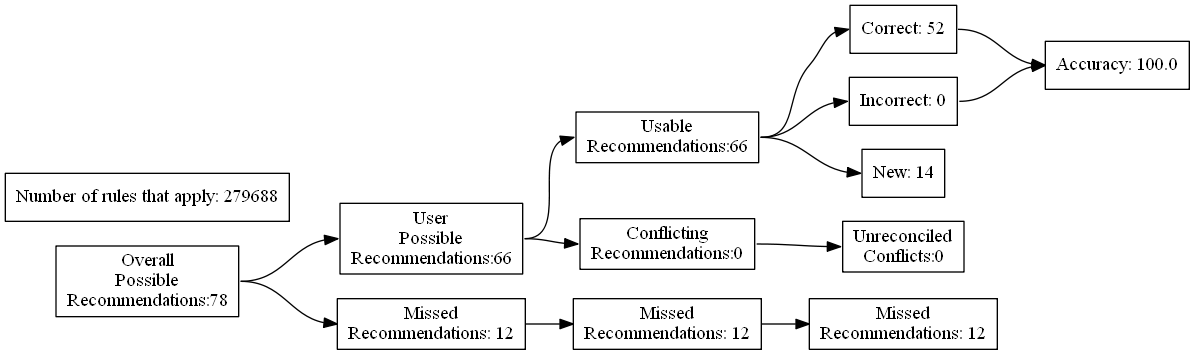
ZaxR/ibd_diet_analysis keeps this Graphviz diagram as test_renders/73.gv.png. Above is the earlier version. Its source is kept beside it as test_renders/73.gv.
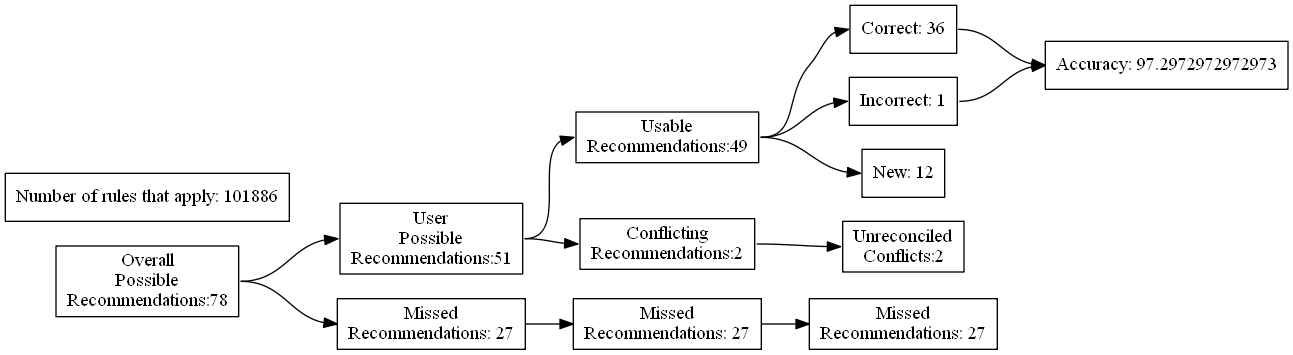
After the change.

Change to the diagram source:
```diff
@@ -7,24 +7,24 @@
 Recommendations:78"]
 		B [label="User
 Possible
-Recommendations:66"]
+Recommendations:51"]
 		C [label="Missed
-Recommendations: 12"]
+Recommendations: 27"]
 		D [label="Usable
-Recommendations:66"]
+Recommendations:49"]
 		E [label="Conflicting
-Recommendations:0"]
+Recommendations:2"]
 		J [label="Missed
-Recommendations: 12"]
+Recommendations: 27"]
 		M [label="Unreconciled
-Conflicts:0"]
-		F [label="Correct: 52"]
-		G [label="Incorrect: 0"]
-		H [label="New: 14"]
+Conflicts:2"]
+		F [label="Correct: 36"]
+		G [label="Incorrect: 1"]
+		H [label="New: 12"]
 		K [label="Missed
-Recommendations: 12"]
-		I [label="Accuracy: 100.0"]
-		l [label="Number of rules that apply: 279688"]
+Recommendations: 27"]
+		I [label="Accuracy: 97.2972972972973"]
+		l [label="Number of rules that apply: 101886"]
 			A -> B
 			A -> C
 			B -> D
```
